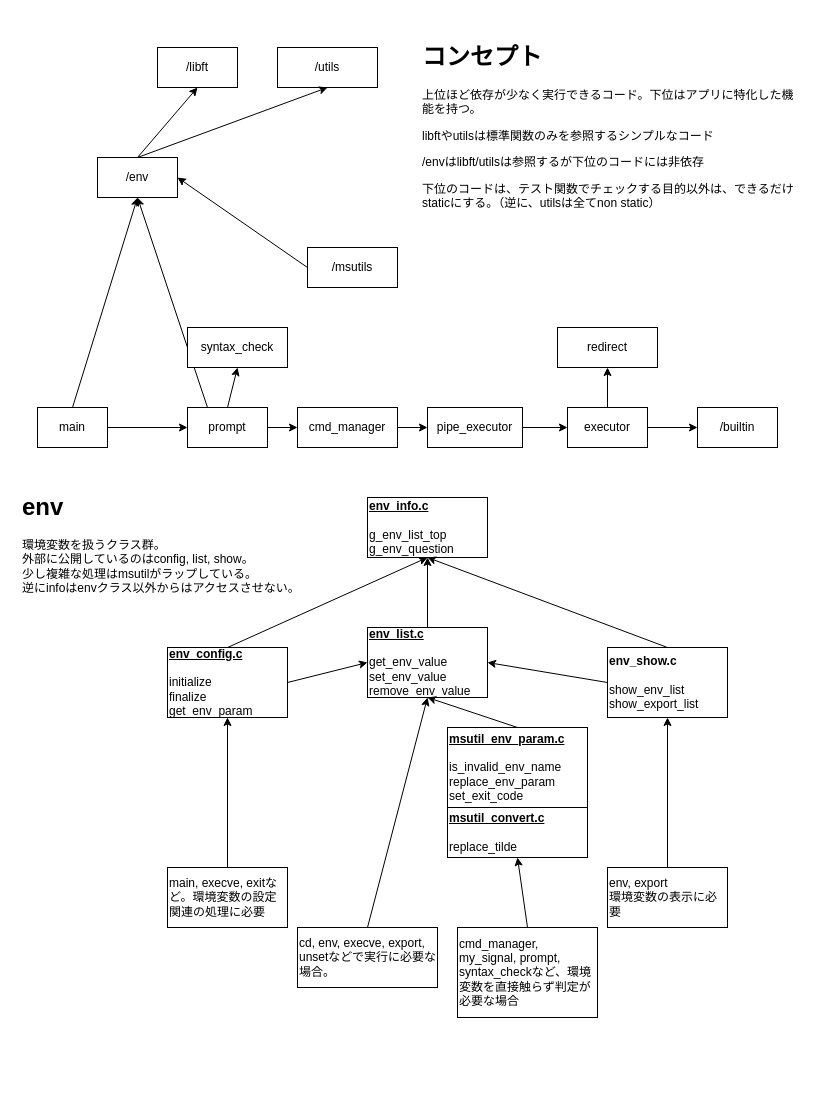
The draw.io diagram page "モジュール関連図" (5 of 5) of design/diagram.drawio in Toshiki-Nakamura/minishell, before the edit. Source tidied: cells renumbered, new cells numbered last; positions are measured from the earlier drawing's top-left corner, leaving out a move shared by most shapes. Both pictures are drawn from the tidied source at 100%, with x=0, y=0 at pixel (17, 37).
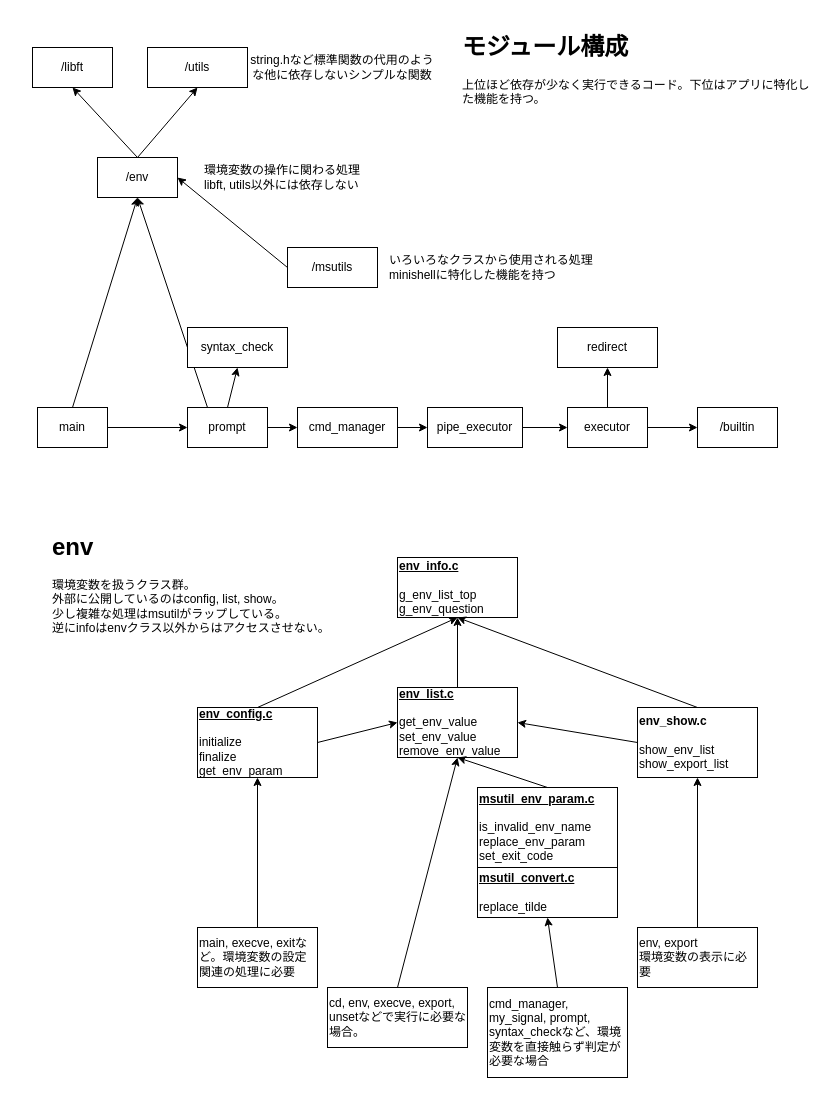
The same diagram, later.

What changed in the source:
```diff
@@
     <mxCell id="13" value="/utils" style="rounded=0;whiteSpace=wrap;html=1;" parent="1" vertex="1">
-      <mxGeometry x="260" y="10" width="100" height="40" as="geometry" />
+      <mxGeometry x="130" y="10" width="100" height="40" as="geometry" />
     </mxCell>
     <mxCell id="14" value="/libft" style="rounded=0;whiteSpace=wrap;html=1;" parent="1" vertex="1">
-      <mxGeometry x="140" y="10" width="80" height="40" as="geometry" />
+      <mxGeometry x="15" y="10" width="80" height="40" as="geometry" />
     </mxCell>
@@
     <mxCell id="19" value="/msutils" style="rounded=0;whiteSpace=wrap;html=1;" parent="1" vertex="1">
-      <mxGeometry x="290" y="210" width="90" height="40" as="geometry" />
+      <mxGeometry x="270" y="210" width="90" height="40" as="geometry" />
     </mxCell>
-    <mxCell id="20" value="&lt;h1&gt;コンセプト&lt;/h1&gt;&lt;p&gt;上位ほど依存が少なく実行できるコード。下位はアプリに特化した機能を持つ。&lt;/p&gt;&lt;p&gt;libftやutilsは標準関数のみを参照するシンプルなコード&lt;/p&gt;&lt;p&gt;/envはlibft/utilsは参照するが下位のコードには非依存&lt;/p&gt;&lt;p&gt;下位のコードは、テスト関数でチェックする目的以外は、できるだけstaticにする。（逆に、utilsは全てnon static）&lt;/p&gt;" style="text;html=1;strokeColor=none;fillColor=none;spacing=5;spacingTop=-20;whiteSpace=wrap;overflow=hidden;rounded=0;" parent="1" vertex="1">
-      <mxGeometry x="400" width="390" height="210" as="geometry" />
+    <mxCell id="20" value="&lt;h1&gt;モジュール構成&lt;/h1&gt;&lt;p&gt;上位ほど依存が少なく実行できるコード。下位はアプリに特化した機能を持つ。&lt;/p&gt;" style="text;html=1;strokeColor=none;fillColor=none;spacing=5;spacingTop=-20;whiteSpace=wrap;overflow=hidden;rounded=0;" parent="1" vertex="1">
+      <mxGeometry x="440" y="-10" width="360" height="100" as="geometry" />
     </mxCell>
@@
     <mxCell id="27" value="&lt;h1&gt;env&lt;/h1&gt;&lt;p&gt;環境変数を扱うクラス群。&lt;br&gt;外部に公開しているのはconfig, list, show。&lt;br&gt;少し複雑な処理はmsutilがラップしている。&lt;br&gt;逆にinfoはenvクラス以外からはアクセスさせない。&lt;/p&gt;" style="text;html=1;strokeColor=none;fillColor=none;spacing=5;spacingTop=-20;whiteSpace=wrap;overflow=hidden;rounded=0;" parent="1" vertex="1">
-      <mxGeometry y="450" width="320" height="120" as="geometry" />
+      <mxGeometry x="30" y="490" width="320" height="120" as="geometry" />
     </mxCell>
     <mxCell id="28" value="&lt;b&gt;&lt;u&gt;env_info.c&lt;/u&gt;&lt;/b&gt;&lt;br&gt;&lt;br&gt;g_env_list_top&lt;br&gt;g_env_question" style="rounded=0;whiteSpace=wrap;html=1;align=left;" parent="1" vertex="1">
-      <mxGeometry x="350" y="460" width="120" height="60" as="geometry" />
+      <mxGeometry x="380" y="520" width="120" height="60" as="geometry" />
     </mxCell>
     <mxCell id="29" value="&lt;b&gt;env_show.c&lt;/b&gt;&lt;br&gt;&lt;br&gt;show_env_list&lt;br&gt;show_export_list&lt;br&gt;" style="rounded=0;whiteSpace=wrap;html=1;align=left;" parent="1" vertex="1">
-      <mxGeometry x="590" y="610" width="120" height="70" as="geometry" />
+      <mxGeometry x="620" y="670" width="120" height="70" as="geometry" />
     </mxCell>
     <mxCell id="30" value="&lt;b&gt;&lt;u&gt;env_list.c&lt;/u&gt;&lt;/b&gt;&lt;br&gt;&lt;br&gt;get_env_value&lt;br&gt;set_env_value&lt;br&gt;remove_env_value" style="rounded=0;whiteSpace=wrap;html=1;align=left;" parent="1" vertex="1">
-      <mxGeometry x="350" y="590" width="120" height="70" as="geometry" />
+      <mxGeometry x="380" y="650" width="120" height="70" as="geometry" />
     </mxCell>
@@
     <mxCell id="33" value="&lt;b&gt;&lt;u&gt;env_config.c&lt;/u&gt;&lt;/b&gt;&lt;br&gt;&lt;br&gt;initialize&lt;br&gt;finalize&lt;br&gt;get_env_param" style="rounded=0;whiteSpace=wrap;html=1;align=left;" parent="1" vertex="1">
-      <mxGeometry x="150" y="610" width="120" height="70" as="geometry" />
+      <mxGeometry x="180" y="670" width="120" height="70" as="geometry" />
     </mxCell>
@@
     <mxCell id="37" value="main, execve, exitなど。環境変数の設定関連の処理に必要" style="rounded=0;whiteSpace=wrap;html=1;align=left;" parent="1" vertex="1">
-      <mxGeometry x="150" y="830" width="120" height="60" as="geometry" />
+      <mxGeometry x="180" y="890" width="120" height="60" as="geometry" />
     </mxCell>
@@
     <mxCell id="39" value="env, export&lt;br&gt;環境変数の表示に必要" style="rounded=0;whiteSpace=wrap;html=1;align=left;" parent="1" vertex="1">
-      <mxGeometry x="590" y="830" width="120" height="60" as="geometry" />
+      <mxGeometry x="620" y="890" width="120" height="60" as="geometry" />
     </mxCell>
@@
     <mxCell id="41" value="cd, env, execve, export, unsetなどで実行に必要な場合。" style="rounded=0;whiteSpace=wrap;html=1;align=left;" parent="1" vertex="1">
-      <mxGeometry x="280" y="890" width="140" height="60" as="geometry" />
+      <mxGeometry x="310" y="950" width="140" height="60" as="geometry" />
     </mxCell>
     <mxCell id="42" value="&lt;u&gt;&lt;b&gt;msutil_env_param.c&lt;/b&gt;&lt;/u&gt;&lt;br&gt;&lt;br&gt;is_invalid_env_name&lt;br&gt;replace_env_param&lt;br&gt;set_exit_code" style="rounded=0;whiteSpace=wrap;html=1;align=left;" parent="1" vertex="1">
-      <mxGeometry x="430" y="690" width="140" height="80" as="geometry" />
+      <mxGeometry x="460" y="750" width="140" height="80" as="geometry" />
     </mxCell>
@@
     <mxCell id="44" value="&lt;u&gt;&lt;b&gt;msutil_convert.c&lt;/b&gt;&lt;/u&gt;&lt;br&gt;&lt;br&gt;replace_tilde" style="rounded=0;whiteSpace=wrap;html=1;align=left;" parent="1" vertex="1">
-      <mxGeometry x="430" y="770" width="140" height="50" as="geometry" />
+      <mxGeometry x="460" y="830" width="140" height="50" as="geometry" />
     </mxCell>
@@
     <mxCell id="46" value="cmd_manager, my_signal, prompt, syntax_checkなど、環境変数を直接触らず判定が必要な場合" style="rounded=0;whiteSpace=wrap;html=1;align=left;" parent="1" vertex="1">
-      <mxGeometry x="440" y="890" width="140" height="90" as="geometry" />
+      <mxGeometry x="470" y="950" width="140" height="90" as="geometry" />
     </mxCell>
@@
+    <mxCell id="48" value="いろいろなクラスから使用される処理&lt;br&gt;minishellに特化した機能を持つ" style="text;html=1;strokeColor=none;fillColor=none;align=left;verticalAlign=middle;whiteSpace=wrap;rounded=0;" parent="1" vertex="1">
+      <mxGeometry x="370" y="210" width="235" height="40" as="geometry" />
+    </mxCell>
+    <mxCell id="49" value="string.hなど標準関数の代用のような他に依存しないシンプルな関数" style="text;html=1;strokeColor=none;fillColor=none;align=center;verticalAlign=middle;whiteSpace=wrap;rounded=0;" parent="1" vertex="1">
+      <mxGeometry x="230" y="5" width="190" height="50" as="geometry" />
+    </mxCell>
+    <mxCell id="50" value="環境変数の操作に関わる処理&lt;br&gt;&lt;div style=&quot;text-align: left&quot;&gt;&lt;span&gt;libft, utils以外には依存しない&lt;/span&gt;&lt;/div&gt;" style="text;html=1;strokeColor=none;fillColor=none;align=center;verticalAlign=middle;whiteSpace=wrap;rounded=0;" parent="1" vertex="1">
+      <mxGeometry x="170" y="120" width="190" height="40" as="geometry" />
+    </mxCell>
+    <mxCell id="51" style="edgeStyle=orthogonalEdgeStyle;rounded=0;orthogonalLoop=1;jettySize=auto;html=1;exitX=0.5;exitY=1;exitDx=0;exitDy=0;" parent="1" edge="1" source="50" target="50">
+      <mxGeometry relative="1" as="geometry" />
+    </mxCell>
```
